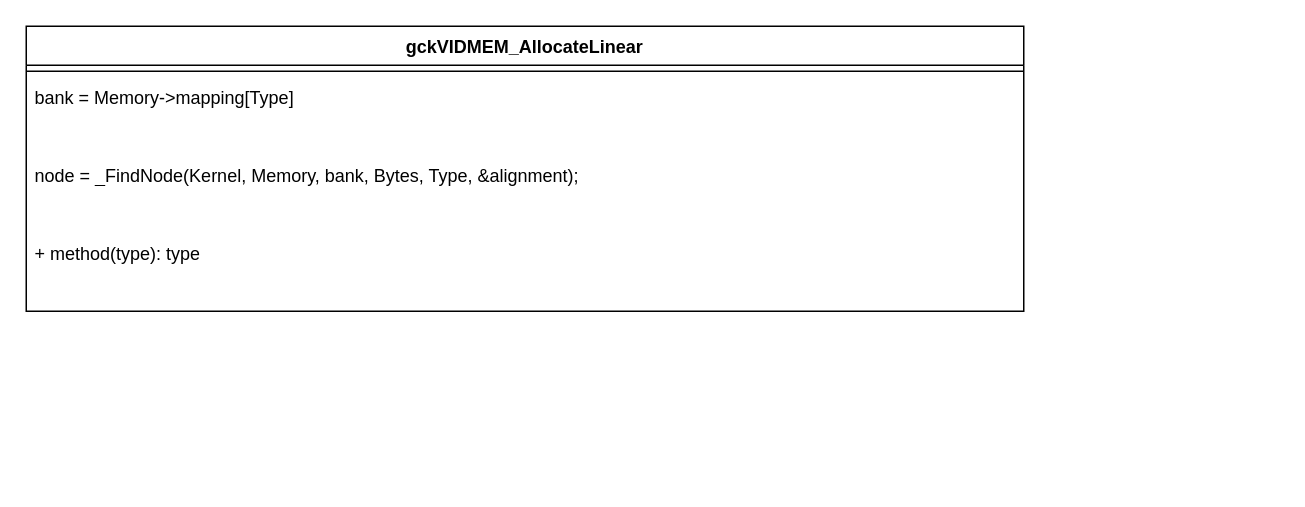
Before: intlv_mem_verify.drawio in evolution124/mydiagram, a draw.io diagram. Source tidied: cells renumbered, new cells numbered last; positions are measured from the earlier drawing's top-left corner, leaving out a move shared by most shapes. Both pictures are drawn from the tidied source at 150%, with x=0, y=0 at pixel (26, 26).
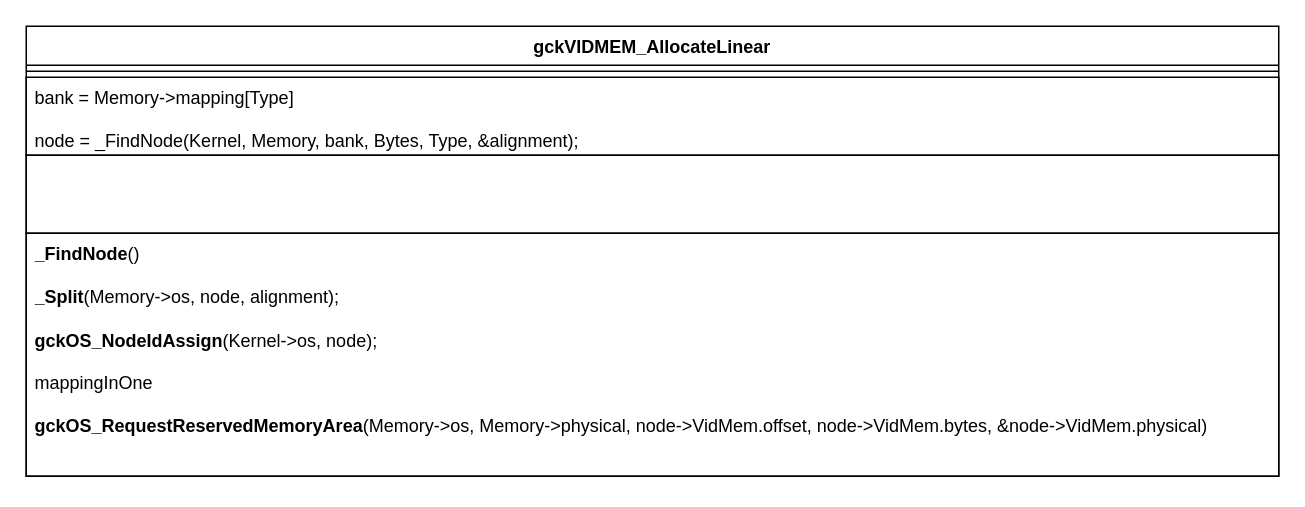
The same page after the edit.

What changed in the source:
```diff
@@
 <mxGraphModel>
   <root>
     <mxCell id="0" />
     <mxCell id="1" parent="0" />
     <mxCell id="2" value="gckVIDMEM_AllocateLinear" style="swimlane;fontStyle=1;align=center;verticalAlign=top;horizontal=1;startSize=26;whiteSpace=wrap;html=1;" parent="1" vertex="1">
-      <mxGeometry width="665" height="190" as="geometry" />
+      <mxGeometry width="835" height="300" as="geometry" />
     </mxCell>
     <mxCell id="3" style="line;strokeWidth=1;fillColor=none;align=left;verticalAlign=middle;spacingTop=-1;spacingLeft=3;spacingRight=3;labelPosition=right;strokeColor=inherit;" parent="2" vertex="1">
-      <mxGeometry y="26" width="665" height="8" as="geometry" />
+      <mxGeometry y="26" width="835" height="8" as="geometry" />
     </mxCell>
-    <mxCell id="4" value="bank = Memory-&amp;gt;mapping[Type]" style="text;strokeColor=none;fillColor=none;align=left;verticalAlign=top;spacingLeft=4;spacingRight=4;overflow=hidden;whiteSpace=wrap;html=1;" parent="2" vertex="1">
-      <mxGeometry y="34" width="665" height="52" as="geometry" />
+    <mxCell id="4" value="bank = Memory-&amp;gt;mapping[Type]&lt;br&gt;&lt;br&gt;node = _FindNode(Kernel, Memory, bank, Bytes, Type, &amp;amp;alignment);" style="text;strokeColor=default;fillColor=none;align=left;verticalAlign=top;spacingLeft=4;spacingRight=4;overflow=hidden;whiteSpace=wrap;html=1;" parent="2" vertex="1">
+      <mxGeometry y="34" width="835" height="52" as="geometry" />
     </mxCell>
-    <mxCell id="5" value="node = _FindNode(Kernel, Memory, bank, Bytes, Type, &amp;amp;alignment);" style="text;strokeColor=none;fillColor=none;align=left;verticalAlign=top;spacingLeft=4;spacingRight=4;overflow=hidden;whiteSpace=wrap;html=1;" parent="2" vertex="1">
-      <mxGeometry y="86" width="665" height="52" as="geometry" />
+    <mxCell id="5" style="text;strokeColor=default;fillColor=none;align=left;verticalAlign=top;spacingLeft=4;spacingRight=4;overflow=hidden;whiteSpace=wrap;html=1;" parent="2" vertex="1">
+      <mxGeometry y="86" width="835" height="52" as="geometry" />
     </mxCell>
-    <mxCell id="6" value="+ method(type): type" style="text;strokeColor=none;fillColor=none;align=left;verticalAlign=top;spacingLeft=4;spacingRight=4;overflow=hidden;whiteSpace=wrap;html=1;" parent="2" vertex="1">
-      <mxGeometry y="138" width="665" height="52" as="geometry" />
+    <mxCell id="6" value="&lt;b&gt;_FindNode&lt;/b&gt;()&lt;div&gt;&lt;br&gt;&lt;/div&gt;&lt;div&gt;&lt;b&gt;_Split&lt;/b&gt;(Memory-&amp;gt;os, node, alignment);&lt;br&gt;&lt;br&gt;&lt;b&gt;gckOS_NodeIdAssign&lt;/b&gt;(Kernel-&amp;gt;os, node);&lt;br&gt;&lt;br&gt;mappingInOne&lt;br&gt;&lt;br&gt;&lt;b&gt;gckOS_RequestReservedMemoryArea&lt;/b&gt;(Memory-&amp;gt;os, Memory-&amp;gt;physical, node-&amp;gt;VidMem.offset, node-&amp;gt;VidMem.bytes, &amp;amp;node-&amp;gt;VidMem.physical)&lt;/div&gt;" style="text;strokeColor=default;fillColor=none;align=left;verticalAlign=top;spacingLeft=4;spacingRight=4;overflow=hidden;whiteSpace=wrap;html=1;" parent="2" vertex="1">
+      <mxGeometry y="138" width="835" height="162" as="geometry" />
     </mxCell>
   </root>
 </mxGraphModel>
```
